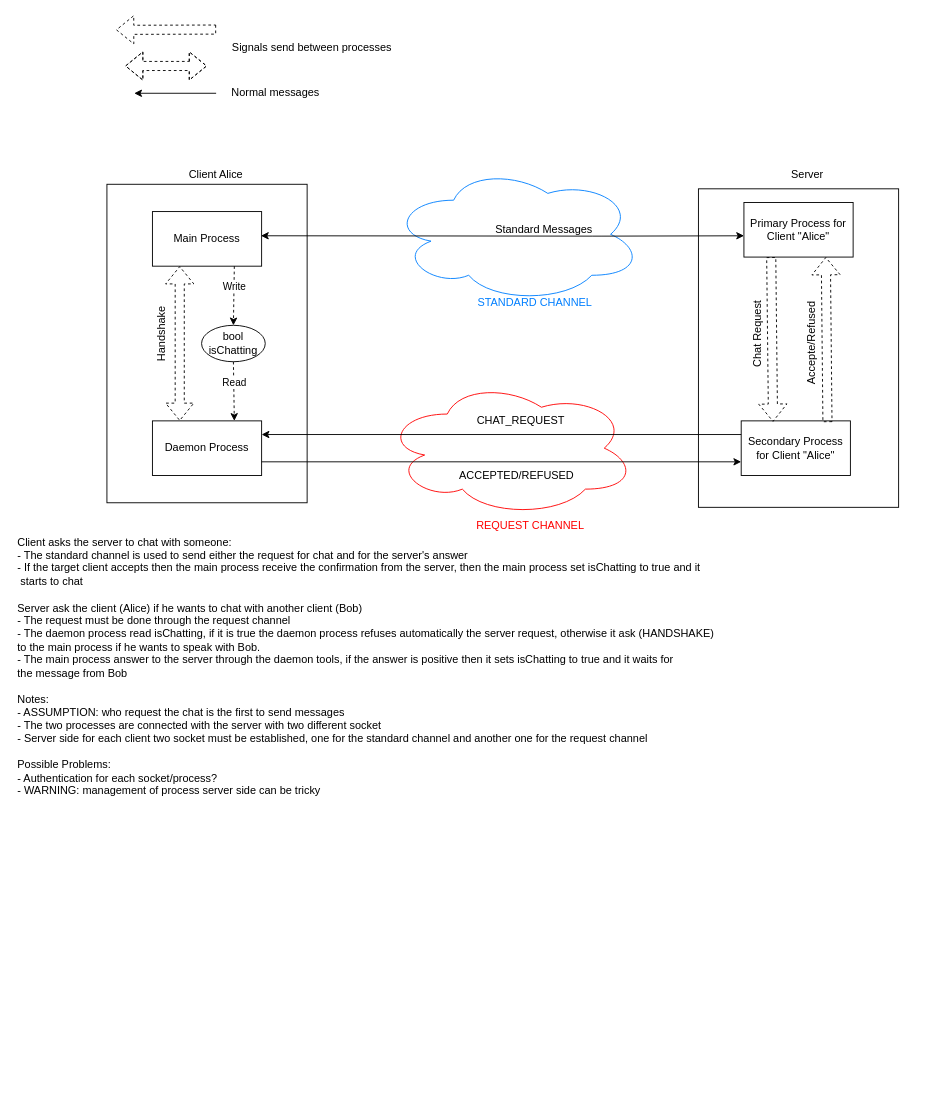
gerti98/secureCom keeps this draw.io diagram as schema/ChatRequestDaemonProcess.drawio. Above is the earlier version. Source tidied: cells renumbered, new cells numbered last; positions are measured from the earlier drawing's top-left corner, leaving out a move shared by most shapes. Both pictures are drawn from the tidied source at 91%, with x=0, y=0 at pixel (15, 29).
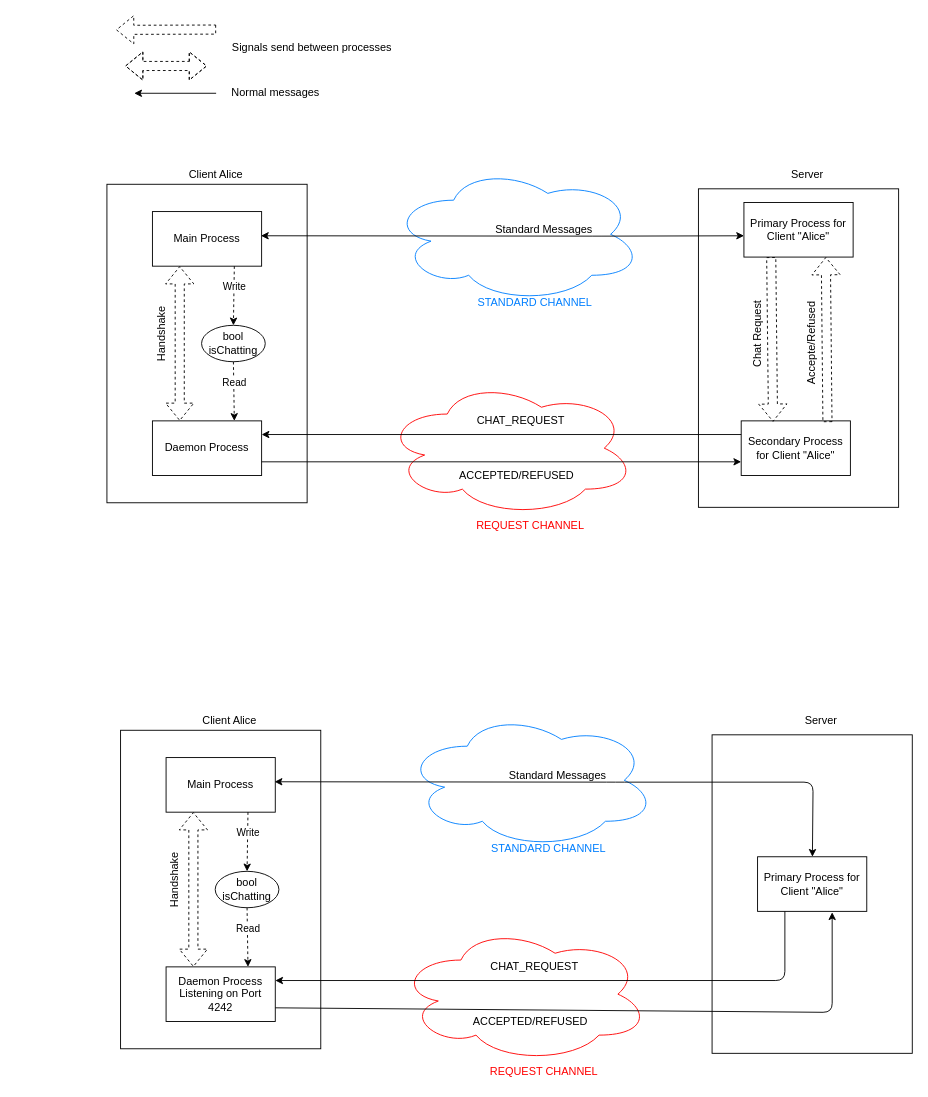
Above is the later version.

Commit message (it also covers changes not shown here):
Solutions to the handle the chat requests added and updated.

Change to the diagram source:
```diff
@@
-    <mxCell id="18" value="Client asks the server to chat with someone:&amp;nbsp;&lt;br&gt;- The standard channel is used to send either the request for chat and for the server's answer&lt;br&gt;- If the target client accepts then the main process receive the confirmation from the server, then the main process set isChatting to true and it&lt;br&gt;&amp;nbsp;starts to chat&lt;br&gt;&lt;br&gt;Server ask the client (Alice) if he wants to chat with another client (Bob)&lt;br&gt;- The request must be done through the request channel&lt;br&gt;- The daemon process read isChatting, if it is true the daemon process refuses automatically the server request, otherwise it ask (HANDSHAKE)&lt;br&gt;to the main process if he wants to speak with Bob.&lt;br&gt;- The main process answer to the server through the daemon tools, if the answer is positive then it sets isChatting to true and it waits for&lt;br&gt;the message from Bob&lt;br&gt;&lt;br&gt;Notes:&lt;br&gt;- ASSUMPTION: who request the chat is the first to send messages&lt;br&gt;- The two processes are connected with the server with two different socket&lt;br&gt;- Server side for each client two socket must be established, one for the standard channel and another one for the request channel&lt;br&gt;&lt;br&gt;Possible Problems:&lt;br&gt;- Authentication for each socket/process?&lt;br&gt;- WARNING: management of process server side can be tricky" style="text;html=1;align=left;verticalAlign=middle;strokeColor=none;" parent="1" vertex="1">
-      <mxGeometry y="555" width="780" height="290" as="geometry" />
-    </mxCell>
@@
+    <mxCell id="37" style="rounded=0;whiteSpace=wrap;html=1;" parent="1" vertex="1">
+      <mxGeometry x="115" y="770" width="220" height="350" as="geometry" />
+    </mxCell>
+    <mxCell id="38" value="Client Alice" style="text;html=1;strokeColor=none;fillColor=none;align=center;verticalAlign=middle;whiteSpace=wrap;rounded=0;" parent="1" vertex="1">
+      <mxGeometry x="195" y="750" width="80" height="20" as="geometry" />
+    </mxCell>
+    <mxCell id="39" value="Main Process" style="rounded=0;whiteSpace=wrap;html=1;" parent="1" vertex="1">
+      <mxGeometry x="165" y="800" width="120" height="60" as="geometry" />
+    </mxCell>
+    <mxCell id="40" value="Daemon Process&lt;br&gt;Listening on Port 4242" style="rounded=0;whiteSpace=wrap;html=1;" parent="1" vertex="1">
+      <mxGeometry x="165" y="1030" width="120" height="60" as="geometry" />
+    </mxCell>
+    <mxCell id="41" value="Server" style="text;html=1;strokeColor=none;fillColor=none;align=center;verticalAlign=middle;whiteSpace=wrap;rounded=0;" parent="1" vertex="1">
+      <mxGeometry x="865" y="750" width="40" height="20" as="geometry" />
+    </mxCell>
+    <mxCell id="42" value="CHAT_REQUEST" style="text;html=1;strokeColor=none;fillColor=none;align=center;verticalAlign=middle;whiteSpace=wrap;rounded=0;" parent="1" vertex="1">
+      <mxGeometry x="550" y="1020" width="40" height="20" as="geometry" />
+    </mxCell>
+    <mxCell id="43" value="ACCEPTED/REFUSED" style="text;html=1;align=center;verticalAlign=middle;strokeColor=none;" parent="1" vertex="1">
+      <mxGeometry x="495" y="1080" width="140" height="20" as="geometry" />
+    </mxCell>
+    <mxCell id="44" value="Standard Messages" style="text;html=1;align=center;verticalAlign=middle;strokeColor=none;" parent="1" vertex="1">
+      <mxGeometry x="535" y="810" width="120" height="20" as="geometry" />
+    </mxCell>
+    <mxCell id="45" value="bool isChatting" style="ellipse;whiteSpace=wrap;html=1;" parent="1" vertex="1">
+      <mxGeometry x="219" y="925" width="70" height="40" as="geometry" />
+    </mxCell>
+    <mxCell id="46" style="endArrow=classic;html=1;exitX=0.75;exitY=1;exitDx=0;exitDy=0;entryX=0.5;entryY=0;entryDx=0;entryDy=0;dashed=1;" parent="1" edge="1" source="39" target="45">
+      <mxGeometry relative="1" as="geometry" />
+    </mxCell>
+    <mxCell id="47" value="Write" style="edgeLabel;html=1;align=center;verticalAlign=middle;" parent="46" vertex="1">
+      <mxGeometry x="-0.29" relative="1" as="geometry" />
+    </mxCell>
+    <mxCell id="48" style="endArrow=classic;html=1;exitX=0.5;exitY=1;exitDx=0;exitDy=0;dashed=1;entryX=0.75;entryY=0;entryDx=0;entryDy=0;" parent="1" edge="1" source="45" target="40">
+      <mxGeometry relative="1" as="geometry" />
+    </mxCell>
+    <mxCell id="49" value="Read" style="edgeLabel;html=1;align=center;verticalAlign=middle;" parent="48" vertex="1">
+      <mxGeometry x="-0.29" relative="1" as="geometry" />
+    </mxCell>
+    <mxCell id="50" style="shape=flexArrow;endArrow=classic;startArrow=classic;html=1;dashed=1;exitX=0.25;exitY=0;exitDx=0;exitDy=0;entryX=0.25;entryY=1;entryDx=0;entryDy=0;" parent="1" edge="1" source="40" target="39">
+      <mxGeometry relative="1" as="geometry" />
+    </mxCell>
+    <mxCell id="51" value="Handshake" style="text;html=1;align=center;verticalAlign=middle;strokeColor=none;rotation=-90;" parent="1" vertex="1">
+      <mxGeometry x="135" y="925" width="80" height="20" as="geometry" />
+    </mxCell>
+    <mxCell id="52" style="ellipse;shape=cloud;whiteSpace=wrap;html=1;labelBackgroundColor=#FFFFFF;fillColor=none;align=left;strokeColor=#FF0000;" parent="1" vertex="1">
+      <mxGeometry x="420" y="985" width="276" height="150" as="geometry" />
+    </mxCell>
+    <mxCell id="53" value="REQUEST CHANNEL" style="text;html=1;align=center;verticalAlign=middle;strokeColor=none;fontColor=#FF0000;" parent="1" vertex="1">
+      <mxGeometry x="515" y="1135" width="130" height="20" as="geometry" />
+    </mxCell>
+    <mxCell id="54" style="ellipse;shape=cloud;whiteSpace=wrap;html=1;labelBackgroundColor=#FFFFFF;fillColor=none;align=left;strokeColor=#007FFF;" parent="1" vertex="1">
+      <mxGeometry x="427" y="750" width="276" height="150" as="geometry" />
+    </mxCell>
+    <mxCell id="55" value="STANDARD CHANNEL" style="text;html=1;align=center;verticalAlign=middle;strokeColor=none;fontColor=#007FFF;" parent="1" vertex="1">
+      <mxGeometry x="515" y="890" width="140" height="20" as="geometry" />
+    </mxCell>
+    <mxCell id="56" style="rounded=0;whiteSpace=wrap;html=1;" parent="1" vertex="1">
+      <mxGeometry x="765" y="775" width="220" height="350" as="geometry" />
+    </mxCell>
+    <mxCell id="57" value="Primary Process for Client &quot;Alice&quot;" style="rounded=0;whiteSpace=wrap;html=1;" parent="1" vertex="1">
+      <mxGeometry x="815" y="909" width="120" height="60" as="geometry" />
+    </mxCell>
+    <mxCell id="58" style="endArrow=classic;html=1;exitX=1;exitY=0.75;exitDx=0;exitDy=0;entryX=0.683;entryY=1.017;entryDx=0;entryDy=0;entryPerimeter=0;" parent="1" edge="1" source="40" target="57">
+      <mxGeometry relative="1" as="geometry">
+        <Array as="points">
+          <mxPoint x="897" y="1080" />
+        </Array>
+      </mxGeometry>
+    </mxCell>
+    <mxCell id="59" style="endArrow=classic;html=1;entryX=1;entryY=0.25;entryDx=0;entryDy=0;exitX=0.25;exitY=1;exitDx=0;exitDy=0;" parent="1" edge="1" source="57" target="40">
+      <mxGeometry relative="1" as="geometry">
+        <Array as="points">
+          <mxPoint x="845" y="1045" />
+        </Array>
+      </mxGeometry>
+    </mxCell>
+    <mxCell id="60" style="endArrow=classic;startArrow=classic;html=1;exitX=0.994;exitY=0.443;exitDx=0;exitDy=0;exitPerimeter=0;" parent="1" edge="1" source="39" target="57">
+      <mxGeometry relative="1" as="geometry">
+        <Array as="points">
+          <mxPoint x="659" y="827" />
+          <mxPoint x="876" y="827" />
+        </Array>
+      </mxGeometry>
+    </mxCell>
```
